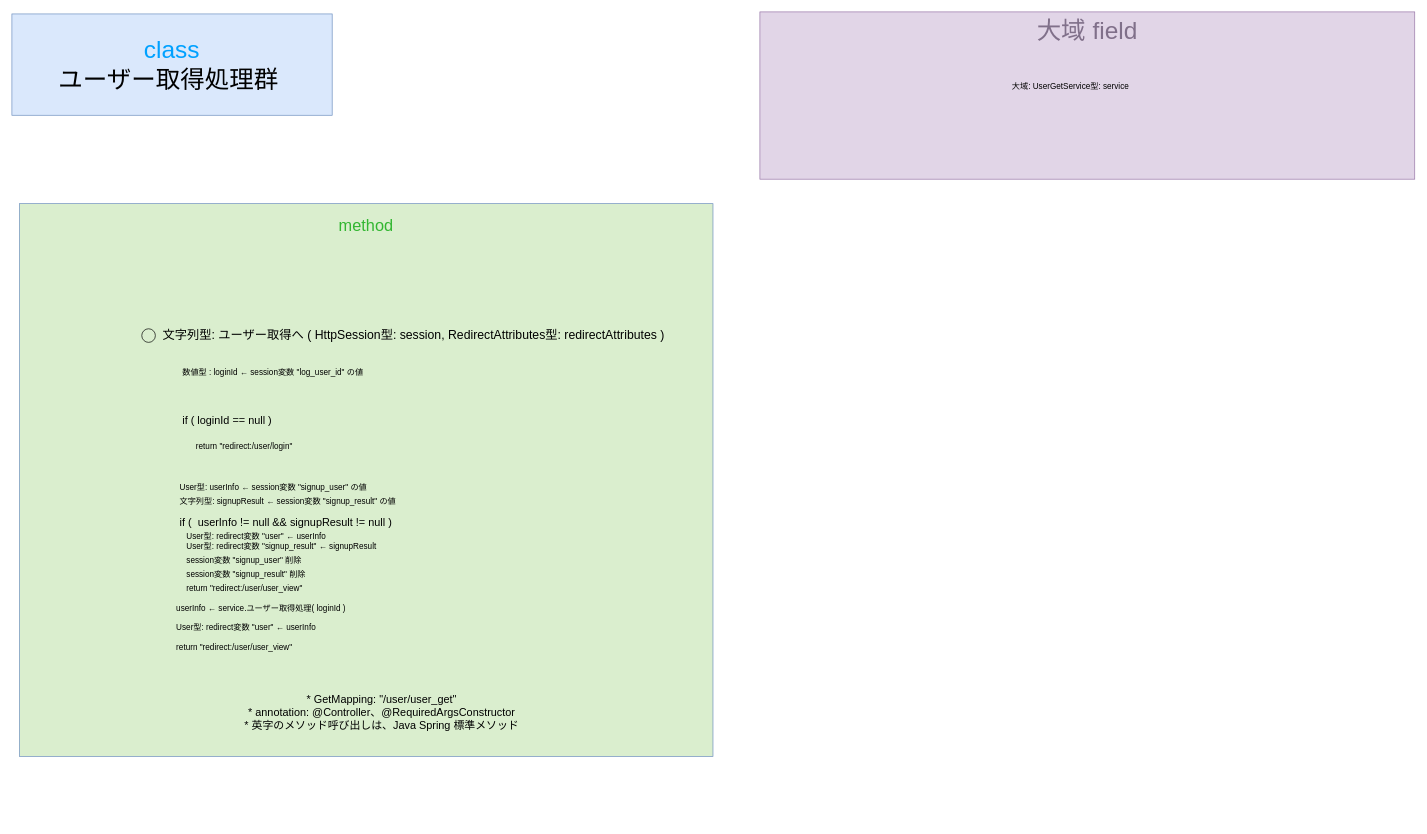
This is gijigengo/controller/user/meeting_reservation_sys controller_user UserGetControllerクラス 疑似言語.drawio from tro319/meeting_reservation_system, a draw.io file, before an edit. Source tidied: cells renumbered, new cells numbered last; positions are measured from the earlier drawing's top-left corner, leaving out a move shared by most shapes. Both pictures are drawn from the tidied source at 68%, with x=0, y=0 at pixel (12, 12).
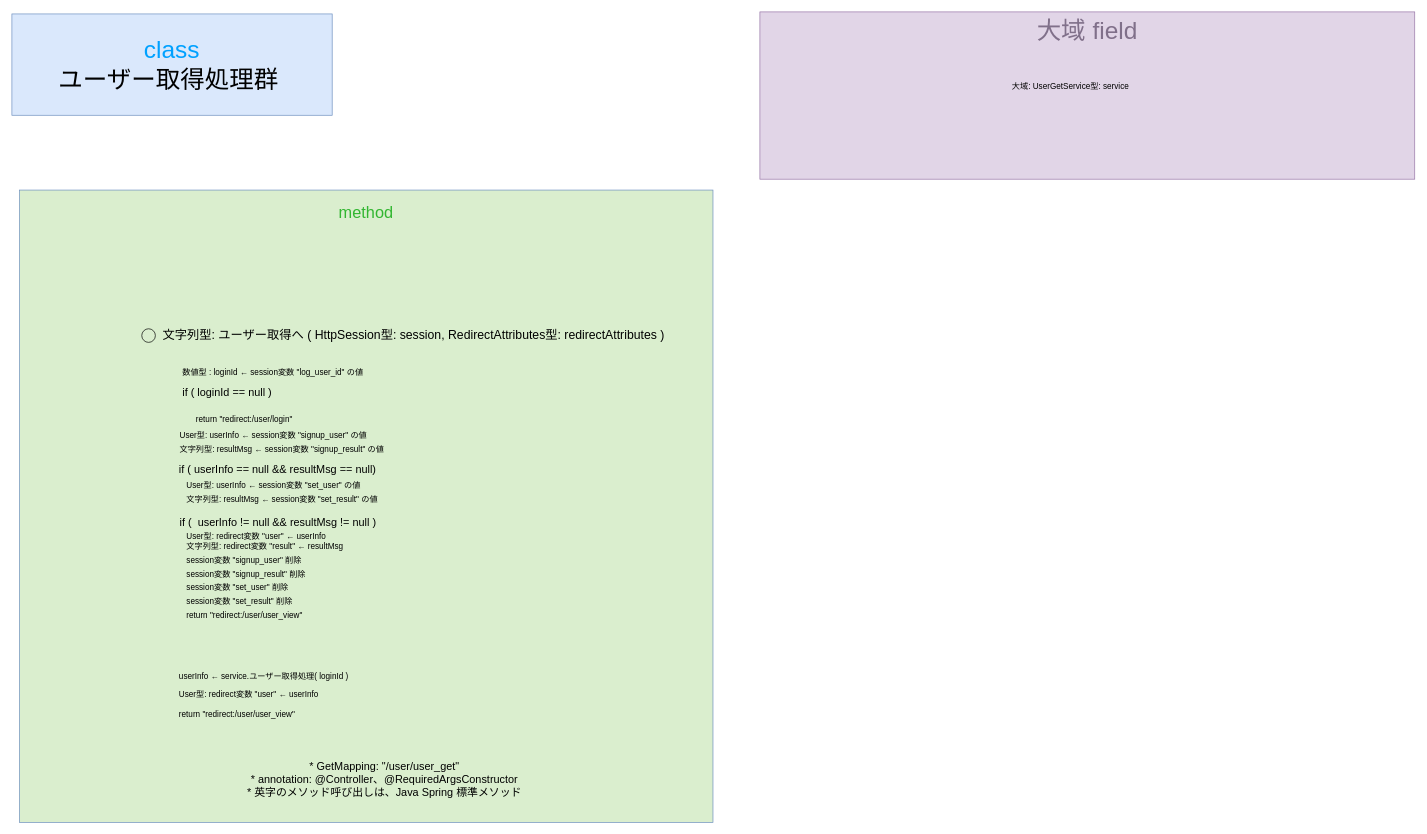
The same diagram, later.

What changed in the source:
```diff
@@
     <mxCell id="3" value="&lt;div&gt;&lt;font style=&quot;font-size: 24px;&quot;&gt;&lt;span style=&quot;color: rgb(50, 182, 49);&quot;&gt;&lt;span style=&quot;&quot;&gt;&lt;span style=&quot;&quot;&gt;&lt;span&gt;method&lt;/span&gt;&lt;/span&gt;&lt;/span&gt;&lt;/span&gt;&lt;/font&gt;&lt;/div&gt;&lt;div&gt;&lt;font style=&quot;font-size: 24px;&quot;&gt;&lt;span style=&quot;color: rgba(0, 0, 0, 0);&quot;&gt;&lt;span style=&quot;color: rgba(0, 0, 0, 0);&quot;&gt;&lt;span style=&quot;&quot;&gt;&lt;span style=&quot;&quot;&gt;&lt;br&gt;&lt;/span&gt;&lt;/span&gt;&lt;/span&gt;&lt;/span&gt;&lt;/font&gt;&lt;/div&gt;" style="text;html=1;whiteSpace=wrap;strokeColor=#6c8ebf;fillColor=light-dark(#daeece, #214210);align=center;verticalAlign=top;rounded=0;fontSize=36;fontColor=#00A1FF;" parent="1" vertex="1">
-      <mxGeometry x="11" y="282" width="1020" height="813" as="geometry" />
+      <mxGeometry x="11" y="262" width="1020" height="930" as="geometry" />
     </mxCell>
@@
     <mxCell id="5" value="&lt;div&gt;&lt;span&gt;&lt;span&gt;&lt;span style=&quot;color: rgb(0, 0, 0);&quot;&gt;&lt;font style=&quot;font-size: 16px;&quot;&gt;* GetMapping: &quot;/user/user_get&quot;&lt;/font&gt;&lt;/span&gt;&lt;/span&gt;&lt;/span&gt;&lt;/div&gt;&lt;div&gt;&lt;span&gt;&lt;span&gt;&lt;span style=&quot;color: rgb(0, 0, 0);&quot;&gt;&lt;font style=&quot;font-size: 16px;&quot;&gt;* annotation: @Controller、@RequiredArgsConstructor&lt;/font&gt;&lt;/span&gt;&lt;/span&gt;&lt;/span&gt;&lt;/div&gt;&lt;div&gt;&lt;span&gt;&lt;span&gt;&lt;span style=&quot;color: rgb(0, 0, 0);&quot;&gt;&lt;font style=&quot;font-size: 16px;&quot;&gt;* 英字のメソッド呼び出しは、Java Spring 標準メソッド&lt;/font&gt;&lt;/span&gt;&lt;/span&gt;&lt;/span&gt;&lt;/div&gt;" style="text;html=1;whiteSpace=wrap;strokeColor=none;fillColor=none;align=center;verticalAlign=middle;rounded=0;" parent="1" vertex="1">
-      <mxGeometry x="249" y="1015" width="590" height="30" as="geometry" />
+      <mxGeometry x="253" y="1114" width="590" height="30" as="geometry" />
     </mxCell>
     <mxCell id="6" value="&lt;div align=&quot;left&quot;&gt;&lt;span style=&quot;color: rgb(0, 0, 0);&quot;&gt;&lt;font style=&quot;font-size: 16px;&quot;&gt;if ( loginId == null )&amp;nbsp;&lt;/font&gt;&lt;/span&gt;&lt;/div&gt;" style="text;html=1;whiteSpace=wrap;strokeColor=none;fillColor=none;align=left;verticalAlign=middle;rounded=0;" parent="1" vertex="1">
-      <mxGeometry x="249" y="585" width="590" height="30" as="geometry" />
+      <mxGeometry x="249" y="545" width="590" height="30" as="geometry" />
     </mxCell>
     <mxCell id="7" value="User型: userInfo ← session変数 &quot;signup_user&quot; の値" style="text;html=1;whiteSpace=wrap;strokeColor=none;fillColor=none;align=left;verticalAlign=middle;rounded=0;" parent="1" vertex="1">
-      <mxGeometry x="245" y="685" width="590" height="30" as="geometry" />
+      <mxGeometry x="245" y="608" width="590" height="30" as="geometry" />
     </mxCell>
     <mxCell id="8" value="return &quot;redirect:/user/login&quot;" style="text;html=1;whiteSpace=wrap;strokeColor=none;fillColor=none;align=left;verticalAlign=middle;rounded=0;" parent="1" vertex="1">
-      <mxGeometry x="269" y="625" width="590" height="30" as="geometry" />
+      <mxGeometry x="269" y="585" width="590" height="30" as="geometry" />
     </mxCell>
-    <mxCell id="9" value="&lt;div align=&quot;left&quot;&gt;&lt;span style=&quot;color: rgb(0, 0, 0);&quot;&gt;&lt;font style=&quot;font-size: 16px;&quot;&gt;if (&amp;nbsp; userInfo != null &amp;amp;&amp;amp; signupResult != null )&amp;nbsp;&lt;/font&gt;&lt;/span&gt;&lt;/div&gt;" style="text;html=1;whiteSpace=wrap;strokeColor=none;fillColor=none;align=left;verticalAlign=middle;rounded=0;" parent="1" vertex="1">
+    <mxCell id="9" value="&lt;div align=&quot;left&quot;&gt;&lt;span style=&quot;color: rgb(0, 0, 0);&quot;&gt;&lt;font style=&quot;font-size: 16px;&quot;&gt;if (&amp;nbsp; userInfo != null &amp;amp;&amp;amp; resultMsg != null )&amp;nbsp;&lt;/font&gt;&lt;/span&gt;&lt;/div&gt;" style="text;html=1;whiteSpace=wrap;strokeColor=none;fillColor=none;align=left;verticalAlign=middle;rounded=0;" parent="1" vertex="1">
       <mxGeometry x="245" y="735" width="590" height="30" as="geometry" />
     </mxCell>
@@
     <mxCell id="11" value="return &quot;redirect:/user/user_view&quot;" style="text;html=1;whiteSpace=wrap;strokeColor=none;fillColor=none;align=left;verticalAlign=middle;rounded=0;" parent="1" vertex="1">
-      <mxGeometry x="255" y="833" width="590" height="30" as="geometry" />
+      <mxGeometry x="255" y="873" width="590" height="30" as="geometry" />
     </mxCell>
     <mxCell id="12" value="userInfo ← service.ユーザー取得処理( loginId )" style="text;html=1;whiteSpace=wrap;strokeColor=none;fillColor=none;align=left;verticalAlign=middle;rounded=0;fontSize=12;" parent="1" vertex="1">
-      <mxGeometry x="240" y="863" width="590" height="30" as="geometry" />
+      <mxGeometry x="244" y="962" width="590" height="30" as="geometry" />
     </mxCell>
     <mxCell id="13" value="&lt;div align=&quot;left&quot;&gt;&lt;span style=&quot;color: rgb(0, 0, 0);&quot;&gt;&lt;font&gt;User型: redirect変数 &quot;user&quot; ← userInfo&amp;nbsp;&lt;/font&gt;&lt;/span&gt;&lt;/div&gt;" style="text;html=1;whiteSpace=wrap;strokeColor=none;fillColor=none;align=left;verticalAlign=middle;rounded=0;fontSize=12;" parent="1" vertex="1">
-      <mxGeometry x="240" y="890" width="590" height="30" as="geometry" />
+      <mxGeometry x="244" y="989" width="590" height="30" as="geometry" />
     </mxCell>
@@
     <mxCell id="18" value="return &quot;redirect:/user/user_view&quot;" style="text;html=1;whiteSpace=wrap;strokeColor=none;fillColor=none;align=left;verticalAlign=middle;rounded=0;" parent="1" vertex="1">
-      <mxGeometry x="240" y="920" width="590" height="30" as="geometry" />
+      <mxGeometry x="244" y="1019" width="590" height="30" as="geometry" />
     </mxCell>
@@
-    <mxCell id="20" value="文字列型: signupResult ← session変数 &quot;signup_result&quot; の値" style="text;html=1;whiteSpace=wrap;strokeColor=none;fillColor=none;align=left;verticalAlign=middle;rounded=0;" parent="1" vertex="1">
-      <mxGeometry x="245" y="705" width="590" height="30" as="geometry" />
+    <mxCell id="20" value="文字列型: resultMsg ← session変数 &quot;signup_result&quot; の値" style="text;html=1;whiteSpace=wrap;strokeColor=none;fillColor=none;align=left;verticalAlign=middle;rounded=0;" parent="1" vertex="1">
+      <mxGeometry x="245" y="628" width="590" height="30" as="geometry" />
     </mxCell>
-    <mxCell id="21" value="User型: redirect変数 &quot;signup_result&quot; ← signupResult" style="text;html=1;whiteSpace=wrap;strokeColor=none;fillColor=none;align=left;verticalAlign=middle;rounded=0;" parent="1" vertex="1">
+    <mxCell id="21" value="文字列型: redirect変数 &quot;result&quot; ← resultMsg" style="text;html=1;whiteSpace=wrap;strokeColor=none;fillColor=none;align=left;verticalAlign=middle;rounded=0;" parent="1" vertex="1">
       <mxGeometry x="255" y="772" width="624" height="30" as="geometry" />
     </mxCell>
@@
+    <mxCell id="23" value="&lt;div align=&quot;left&quot;&gt;&lt;span style=&quot;color: rgb(0, 0, 0);&quot;&gt;&lt;font style=&quot;font-size: 16px;&quot;&gt;if (&amp;nbsp;&lt;/font&gt;&lt;/span&gt;&lt;span style=&quot;color: rgb(0, 0, 0);&quot;&gt;&lt;font style=&quot;font-size: 16px;&quot;&gt;userInfo == null&lt;/font&gt;&lt;/span&gt;&lt;span style=&quot;color: rgb(0, 0, 0);&quot;&gt;&lt;font style=&quot;font-size: 16px;&quot;&gt;&amp;nbsp;&amp;amp;&amp;amp; resultMsg == null)&amp;nbsp;&lt;/font&gt;&lt;/span&gt;&lt;/div&gt;" style="text;html=1;whiteSpace=wrap;strokeColor=none;fillColor=none;align=left;verticalAlign=middle;rounded=0;" parent="1" vertex="1">
+      <mxGeometry x="244" y="658" width="590" height="30" as="geometry" />
+    </mxCell>
+    <mxCell id="24" value="User型: userInfo ← session変数 &quot;set_user&quot; の値" style="text;html=1;whiteSpace=wrap;strokeColor=none;fillColor=none;align=left;verticalAlign=middle;rounded=0;" parent="1" vertex="1">
+      <mxGeometry x="255" y="682" width="590" height="30" as="geometry" />
+    </mxCell>
+    <mxCell id="25" value="文字列型: resultMsg ← session変数 &quot;set_result&quot; の値" style="text;html=1;whiteSpace=wrap;strokeColor=none;fillColor=none;align=left;verticalAlign=middle;rounded=0;" parent="1" vertex="1">
+      <mxGeometry x="255" y="702" width="590" height="30" as="geometry" />
+    </mxCell>
+    <mxCell id="26" value="session変数 &quot;set_user&quot; 削除" style="text;html=1;whiteSpace=wrap;strokeColor=none;fillColor=none;align=left;verticalAlign=middle;rounded=0;" parent="1" vertex="1">
+      <mxGeometry x="255" y="832" width="624" height="30" as="geometry" />
+    </mxCell>
+    <mxCell id="27" value="session変数 &quot;set_result&quot; 削除" style="text;html=1;whiteSpace=wrap;strokeColor=none;fillColor=none;align=left;verticalAlign=middle;rounded=0;" parent="1" vertex="1">
+      <mxGeometry x="255" y="852" width="624" height="30" as="geometry" />
+    </mxCell>
```
